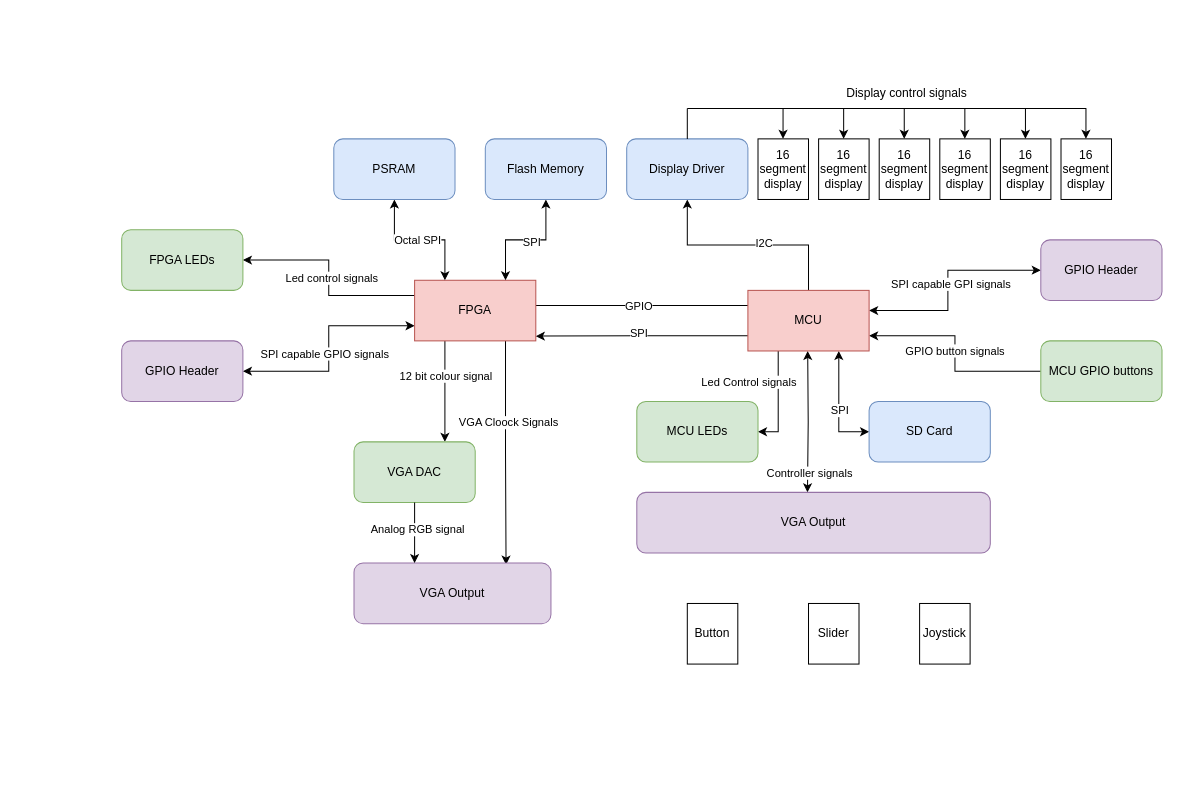
Before: PCB/DetailedPCBDiagram.drawio in MH-Flight-Simulator-X/System-Figures-And-Microarchitecture, a draw.io diagram. Source tidied: cells renumbered, new cells numbered last; positions are measured from the earlier drawing's top-left corner, leaving out a move shared by most shapes. Both pictures are drawn from the tidied source at 101%, with x=0, y=0 at pixel (121, 78).
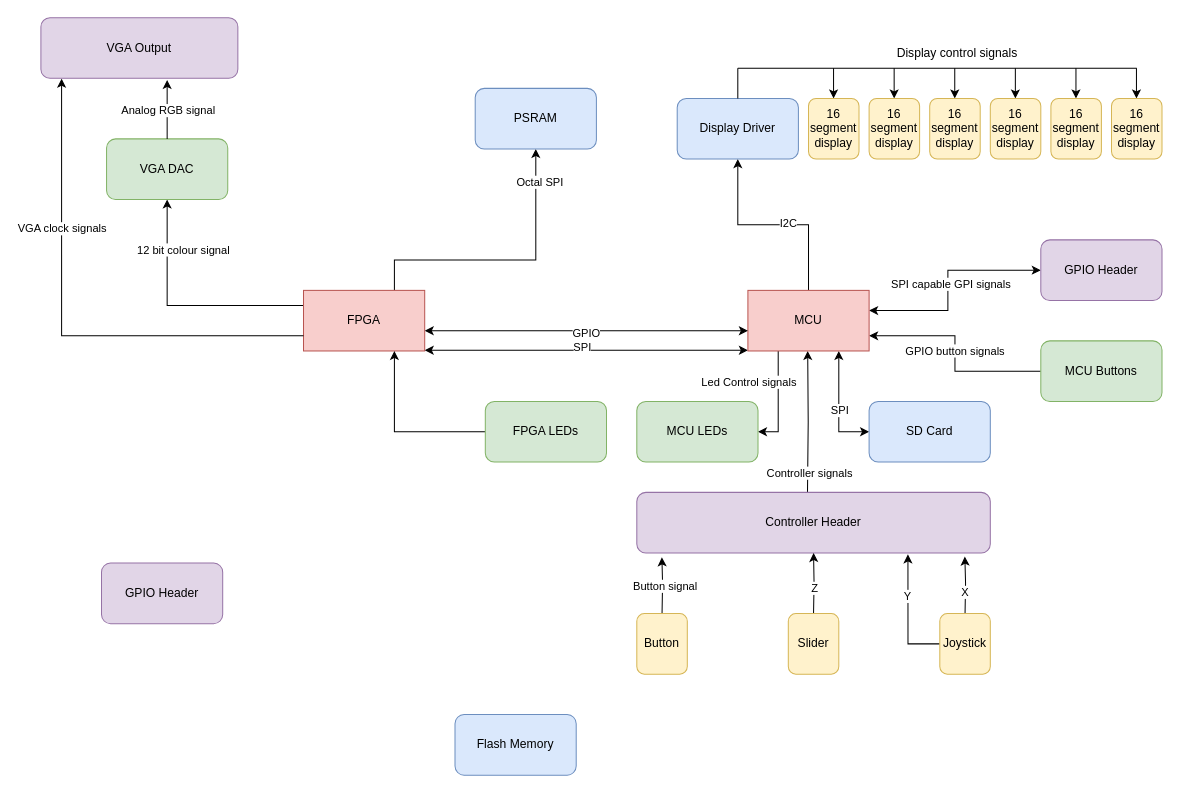
The same page after the edit.

Unchanged cells that the change refers to:
```xml
<mxCell id="18" value="MCU" style="rounded=0;whiteSpace=wrap;html=1;fillColor=#f8cecc;strokeColor=#b85450;" parent="1" vertex="1">
  <mxGeometry x="620" y="210" width="120" height="60" as="geometry" />
</mxCell>
```

What changed in the source:
```diff
@@
-    <mxCell id="2" style="edgeStyle=orthogonalEdgeStyle;rounded=0;jettySize=auto;html=1;exitX=0;exitY=0.75;exitDx=0;exitDy=0;endArrow=classic;endFill=1;startArrow=none;startFill=0;" parent="1" edge="1" source="18">
+    <mxCell id="2" style="edgeStyle=orthogonalEdgeStyle;rounded=0;orthogonalLoop=1;jettySize=auto;html=1;exitX=0;exitY=0.75;exitDx=0;exitDy=0;endArrow=classic;endFill=1;startArrow=classic;startFill=1;entryX=1;entryY=0.75;entryDx=0;entryDy=0;" parent="1" edge="1">
       <mxGeometry relative="1" as="geometry">
-        <mxPoint x="410" y="255.3" as="targetPoint" />
+        <mxPoint x="620" y="269.3" as="sourcePoint" />
+        <mxPoint x="300" y="269.3" as="targetPoint" />
       </mxGeometry>
     </mxCell>
@@
-    <mxCell id="4" style="edgeStyle=orthogonalEdgeStyle;rounded=0;jettySize=auto;html=1;exitX=0;exitY=0.25;exitDx=0;exitDy=0;endArrow=none;endFill=0;" parent="1" edge="1" source="18">
-      <mxGeometry relative="1" as="geometry">
-        <mxPoint x="410" y="224.9" as="targetPoint" />
-      </mxGeometry>
-    </mxCell>
-    <mxCell id="5" value="GPIO" style="edgeLabel;html=1;align=center;verticalAlign=middle;rotation=0;" parent="4" vertex="1">
-      <mxGeometry x="0.05" relative="1" as="geometry">
-        <mxPoint x="1" as="offset" />
-      </mxGeometry>
-    </mxCell>
@@
-    <mxCell id="16" style="edgeStyle=orthogonalEdgeStyle;rounded=0;orthogonalLoop=1;jettySize=auto;html=1;startArrow=classic;startFill=1;" parent="1" edge="1">
+    <mxCell id="16" style="edgeStyle=orthogonalEdgeStyle;rounded=0;orthogonalLoop=1;jettySize=auto;html=1;startArrow=classic;startFill=1;endArrow=none;endFill=0;" parent="1" edge="1">
       <mxGeometry relative="1" as="geometry">
         <mxPoint x="679.2" y="270" as="sourcePoint" />
         <mxPoint x="679" y="410" as="targetPoint" />
       </mxGeometry>
     </mxCell>
@@
     <mxCell id="20" value="&lt;div&gt;Display Driver&lt;br&gt;&lt;/div&gt;" style="rounded=1;whiteSpace=wrap;html=1;fillColor=#dae8fc;strokeColor=#6c8ebf;" parent="1" vertex="1">
-      <mxGeometry x="500" y="60" width="120" height="60" as="geometry" />
+      <mxGeometry x="550" y="20" width="120" height="60" as="geometry" />
     </mxCell>
+    <mxCell id="64" style="edgeStyle=orthogonalEdgeStyle;rounded=0;orthogonalLoop=1;jettySize=auto;html=1;exitX=1;exitY=0.25;exitDx=0;exitDy=0;entryX=0;entryY=0.25;entryDx=0;entryDy=0;startArrow=classic;startFill=1;" parent="1" edge="1">
+      <mxGeometry relative="1" as="geometry">
+        <mxPoint x="300" y="250" as="sourcePoint" />
+        <mxPoint x="620" y="250" as="targetPoint" />
+      </mxGeometry>
+    </mxCell>
+    <mxCell id="5" value="GPIO" style="edgeLabel;html=1;align=center;verticalAlign=middle;" parent="64" vertex="1">
+      <mxGeometry x="-0.1" y="-2" relative="1" as="geometry">
+        <mxPoint x="15" as="offset" />
+      </mxGeometry>
+    </mxCell>
+    <mxCell id="65" style="edgeStyle=orthogonalEdgeStyle;rounded=0;jettySize=auto;html=1;exitX=0.75;exitY=0;exitDx=0;exitDy=0;entryX=0.5;entryY=1;entryDx=0;entryDy=0;" parent="1" edge="1" source="29" target="32">
+      <mxGeometry relative="1" as="geometry">
+        <Array as="points">
+          <mxPoint x="270" y="180" />
+          <mxPoint x="410" y="180" />
+        </Array>
+      </mxGeometry>
+    </mxCell>
+    <mxCell id="31" value="Octal SPI" style="edgeLabel;html=1;align=center;verticalAlign=middle;" parent="65" vertex="1">
+      <mxGeometry x="0.77" y="-3" relative="1" as="geometry" />
+    </mxCell>
-    <mxCell id="21" style="edgeStyle=orthogonalEdgeStyle;rounded=0;jettySize=auto;html=1;exitX=0.25;exitY=1;exitDx=0;exitDy=0;entryX=0.75;entryY=0;entryDx=0;entryDy=0;" parent="1" edge="1" source="29" target="36">
+    <mxCell id="21" style="edgeStyle=orthogonalEdgeStyle;rounded=0;jettySize=auto;html=1;exitX=0;exitY=0.25;exitDx=0;exitDy=0;entryX=0.5;entryY=1;entryDx=0;entryDy=0;" parent="1" edge="1" source="29" target="36">
       <mxGeometry relative="1" as="geometry" />
     </mxCell>
-    <mxCell id="22" value="12 bit colour signal" style="edgeLabel;html=1;align=center;verticalAlign=middle;" parent="21" vertex="1">
-      <mxGeometry x="-0.33" relative="1" as="geometry" />
-    </mxCell>
-    <mxCell id="23" style="edgeStyle=orthogonalEdgeStyle;rounded=0;jettySize=auto;html=1;exitX=0.75;exitY=1;exitDx=0;exitDy=0;entryX=0.772;entryY=0.026;entryDx=0;entryDy=0;entryPerimeter=0;" parent="1" edge="1" source="29" target="37">
-      <mxGeometry relative="1" as="geometry" />
-    </mxCell>
-    <mxCell id="24" value="&lt;div&gt;VGA Cloock Signals&lt;/div&gt;" style="edgeLabel;html=1;align=center;verticalAlign=middle;" parent="23" vertex="1">
-      <mxGeometry x="-0.27" y="2" relative="1" as="geometry">
-        <mxPoint y="-1" as="offset" />
-      </mxGeometry>
-    </mxCell>
-    <mxCell id="25" style="edgeStyle=orthogonalEdgeStyle;rounded=0;jettySize=auto;html=1;exitX=0;exitY=0.75;exitDx=0;exitDy=0;entryX=1;entryY=0.5;entryDx=0;entryDy=0;startArrow=classic;startFill=1;" parent="1" edge="1" source="29" target="41">
-      <mxGeometry relative="1" as="geometry" />
-    </mxCell>
-    <mxCell id="26" value="SPI capable GPIO signals" style="edgeLabel;html=1;align=center;verticalAlign=middle;" parent="25" vertex="1">
-      <mxGeometry x="0.04" y="1" relative="1" as="geometry">
-        <mxPoint x="-6" as="offset" />
-      </mxGeometry>
-    </mxCell>
-    <mxCell id="27" style="edgeStyle=orthogonalEdgeStyle;rounded=0;jettySize=auto;html=1;exitX=0;exitY=0.25;exitDx=0;exitDy=0;entryX=1;entryY=0.5;entryDx=0;entryDy=0;" parent="1" edge="1" source="29" target="40">
-      <mxGeometry relative="1" as="geometry" />
-    </mxCell>
-    <mxCell id="28" value="Led control signals" style="edgeLabel;html=1;align=center;verticalAlign=middle;" parent="27" vertex="1">
-      <mxGeometry y="-2" relative="1" as="geometry" />
-    </mxCell>
     <mxCell id="29" value="FPGA" style="rounded=0;whiteSpace=wrap;html=1;fillColor=#f8cecc;strokeColor=#b85450;" parent="1" vertex="1">
-      <mxGeometry x="290" y="200" width="120" height="60" as="geometry" />
+      <mxGeometry x="180" y="210" width="120" height="60" as="geometry" />
     </mxCell>
-    <mxCell id="30" style="edgeStyle=orthogonalEdgeStyle;rounded=0;jettySize=auto;html=1;entryX=0.25;entryY=0;entryDx=0;entryDy=0;endArrow=classic;endFill=1;startArrow=classic;startFill=1;" parent="1" edge="1" source="32" target="29">
-      <mxGeometry relative="1" as="geometry" />
-    </mxCell>
-    <mxCell id="31" value="Octal SPI" style="edgeLabel;html=1;align=center;verticalAlign=middle;" parent="30" vertex="1">
-      <mxGeometry x="0.37" y="-1" relative="1" as="geometry">
-        <mxPoint x="-27" y="-1" as="offset" />
-      </mxGeometry>
-    </mxCell>
-    <mxCell id="32" value="PSRAM" style="rounded=1;whiteSpace=wrap;html=1;fillColor=#dae8fc;strokeColor=#6c8ebf;" parent="1" vertex="1">
-      <mxGeometry x="210" y="60" width="120" height="60" as="geometry" />
-    </mxCell>
-    <mxCell id="33" style="edgeStyle=orthogonalEdgeStyle;rounded=0;jettySize=auto;html=1;entryX=0.75;entryY=0;entryDx=0;entryDy=0;endArrow=classic;endFill=1;startArrow=classic;startFill=1;" parent="1" edge="1" source="35" target="29">
-      <mxGeometry relative="1" as="geometry" />
-    </mxCell>
-    <mxCell id="34" value="SPI" style="edgeLabel;html=1;align=center;verticalAlign=middle;" parent="33" vertex="1">
-      <mxGeometry x="-0.08" y="3" relative="1" as="geometry">
-        <mxPoint y="-1" as="offset" />
-      </mxGeometry>
-    </mxCell>
-    <mxCell id="35" value="Flash Memory" style="rounded=1;whiteSpace=wrap;html=1;fillColor=#dae8fc;strokeColor=#6c8ebf;" parent="1" vertex="1">
-      <mxGeometry x="360" y="60" width="120" height="60" as="geometry" />
-    </mxCell>
-    <mxCell id="36" value="VGA DAC" style="rounded=1;whiteSpace=wrap;html=1;fillColor=#d5e8d4;strokeColor=#82b366;" parent="1" vertex="1">
-      <mxGeometry x="230" y="360" width="120" height="60" as="geometry" />
-    </mxCell>
-    <mxCell id="37" value="VGA Output" style="rounded=1;whiteSpace=wrap;html=1;fillColor=#e1d5e7;strokeColor=#9673a6;" parent="1" vertex="1">
-      <mxGeometry x="230" y="480" width="195" height="60" as="geometry" />
-    </mxCell>
-    <mxCell id="38" style="edgeStyle=orthogonalEdgeStyle;rounded=0;jettySize=auto;html=1;exitX=0.5;exitY=1;exitDx=0;exitDy=0;" parent="1" edge="1" source="36">
-      <mxGeometry relative="1" as="geometry">
-        <mxPoint x="290" y="480" as="targetPoint" />
-      </mxGeometry>
-    </mxCell>
-    <mxCell id="39" value="Analog RGB signal" style="edgeLabel;html=1;align=center;verticalAlign=middle;" parent="38" vertex="1">
-      <mxGeometry x="-0.07" y="2" relative="1" as="geometry">
-        <mxPoint y="-2" as="offset" />
-      </mxGeometry>
-    </mxCell>
+    <mxCell id="66" style="edgeStyle=orthogonalEdgeStyle;rounded=0;jettySize=auto;html=1;entryX=0.75;entryY=1;entryDx=0;entryDy=0;" parent="1" edge="1" source="40" target="29">
+      <mxGeometry relative="1" as="geometry" />
+    </mxCell>
     <mxCell id="40" value="FPGA LEDs" style="rounded=1;whiteSpace=wrap;html=1;fillColor=#d5e8d4;strokeColor=#82b366;" parent="1" vertex="1">
-      <mxGeometry y="150" width="120" height="60" as="geometry" />
+      <mxGeometry x="360" y="320" width="120" height="60" as="geometry" />
     </mxCell>
-    <mxCell id="41" value="GPIO Header" style="rounded=1;whiteSpace=wrap;html=1;fillColor=#e1d5e7;strokeColor=#9673a6;" parent="1" vertex="1">
-      <mxGeometry y="260" width="120" height="60" as="geometry" />
-    </mxCell>
-    <mxCell id="42" value="16 segment display" style="rounded=0;whiteSpace=wrap;html=1;" parent="1" vertex="1">
-      <mxGeometry x="630" y="60" width="50" height="60" as="geometry" />
-    </mxCell>
-    <mxCell id="43" value="16 segment display" style="rounded=0;whiteSpace=wrap;html=1;" parent="1" vertex="1">
-      <mxGeometry x="690" y="60" width="50" height="60" as="geometry" />
-    </mxCell>
-    <mxCell id="44" value="16 segment display" style="rounded=0;whiteSpace=wrap;html=1;" parent="1" vertex="1">
-      <mxGeometry x="750" y="60" width="50" height="60" as="geometry" />
-    </mxCell>
-    <mxCell id="45" value="16 segment display" style="rounded=0;whiteSpace=wrap;html=1;" parent="1" vertex="1">
-      <mxGeometry x="810" y="60" width="50" height="60" as="geometry" />
-    </mxCell>
-    <mxCell id="46" value="16 segment display" style="rounded=0;whiteSpace=wrap;html=1;" parent="1" vertex="1">
-      <mxGeometry x="870" y="60" width="50" height="60" as="geometry" />
-    </mxCell>
-    <mxCell id="47" value="16 segment display" style="rounded=0;whiteSpace=wrap;html=1;" parent="1" vertex="1">
-      <mxGeometry x="930" y="60" width="50" height="60" as="geometry" />
-    </mxCell>
     <mxCell id="48" style="endArrow=none;html=1;rounded=0;targetPerimeterSpacing=63;endSize=17;" parent="1" edge="1">
       <mxGeometry relative="1" as="geometry">
-        <mxPoint x="560" y="30" as="sourcePoint" />
-        <mxPoint x="955" y="30" as="targetPoint" />
+        <mxPoint x="610" y="-10" as="sourcePoint" />
+        <mxPoint x="1005" y="-10" as="targetPoint" />
       </mxGeometry>
     </mxCell>
     <mxCell id="49" style="endArrow=none;html=1;rounded=0;" parent="1" edge="1">
       <mxGeometry relative="1" as="geometry">
-        <mxPoint x="560" y="60" as="sourcePoint" />
-        <mxPoint x="560" y="30" as="targetPoint" />
+        <mxPoint x="610" y="20" as="sourcePoint" />
+        <mxPoint x="610" y="-10" as="targetPoint" />
       </mxGeometry>
     </mxCell>
     <mxCell id="50" style="endArrow=classic;html=1;rounded=0;" parent="1" edge="1">
       <mxGeometry relative="1" as="geometry">
-        <mxPoint x="954.7" y="30" as="sourcePoint" />
-        <mxPoint x="954.7" y="60" as="targetPoint" />
+        <mxPoint x="1004.7" y="-10" as="sourcePoint" />
+        <mxPoint x="1004.7" y="20" as="targetPoint" />
       </mxGeometry>
     </mxCell>
     <mxCell id="51" style="endArrow=classic;html=1;rounded=0;" parent="1" edge="1">
       <mxGeometry relative="1" as="geometry">
-        <mxPoint x="894.8" y="30" as="sourcePoint" />
-        <mxPoint x="894.8" y="60" as="targetPoint" />
+        <mxPoint x="944.8" y="-10" as="sourcePoint" />
+        <mxPoint x="944.8" y="20" as="targetPoint" />
       </mxGeometry>
     </mxCell>
     <mxCell id="52" style="endArrow=classic;html=1;rounded=0;" parent="1" edge="1">
       <mxGeometry relative="1" as="geometry">
-        <mxPoint x="834.8" y="30" as="sourcePoint" />
-        <mxPoint x="834.8" y="60" as="targetPoint" />
+        <mxPoint x="884.8" y="-10" as="sourcePoint" />
+        <mxPoint x="884.8" y="20" as="targetPoint" />
       </mxGeometry>
     </mxCell>
     <mxCell id="53" style="endArrow=classic;html=1;rounded=0;" parent="1" edge="1">
       <mxGeometry relative="1" as="geometry">
-        <mxPoint x="774.8" y="30" as="sourcePoint" />
-        <mxPoint x="774.8" y="60" as="targetPoint" />
+        <mxPoint x="824.8" y="-10" as="sourcePoint" />
+        <mxPoint x="824.8" y="20" as="targetPoint" />
       </mxGeometry>
     </mxCell>
     <mxCell id="54" style="endArrow=classic;html=1;rounded=0;" parent="1" edge="1">
       <mxGeometry relative="1" as="geometry">
-        <mxPoint x="714.8" y="30" as="sourcePoint" />
-        <mxPoint x="714.8" y="60" as="targetPoint" />
+        <mxPoint x="764.8" y="-10" as="sourcePoint" />
+        <mxPoint x="764.8" y="20" as="targetPoint" />
       </mxGeometry>
     </mxCell>
     <mxCell id="55" style="endArrow=classic;html=1;rounded=0;" parent="1" edge="1">
       <mxGeometry relative="1" as="geometry">
-        <mxPoint x="654.8" y="30" as="sourcePoint" />
-        <mxPoint x="654.8" y="60" as="targetPoint" />
+        <mxPoint x="704.8" y="-10" as="sourcePoint" />
+        <mxPoint x="704.8" y="20" as="targetPoint" />
       </mxGeometry>
     </mxCell>
     <mxCell id="56" value="Display control signals" style="text;html=1;align=center;verticalAlign=middle;whiteSpace=wrap;rounded=0;" parent="1" vertex="1">
-      <mxGeometry x="695" width="165" height="30" as="geometry" />
+      <mxGeometry x="745" y="-40" width="165" height="30" as="geometry" />
     </mxCell>
@@
-    <mxCell id="59" value="MCU GPIO buttons" style="rounded=1;whiteSpace=wrap;html=1;fillColor=#d5e8d4;strokeColor=#82b366;" parent="1" vertex="1">
+    <mxCell id="59" value="MCU Buttons" style="rounded=1;whiteSpace=wrap;html=1;fillColor=#d5e8d4;strokeColor=#82b366;" parent="1" vertex="1">
       <mxGeometry x="910" y="260" width="120" height="60" as="geometry" />
     </mxCell>
-    <mxCell id="60" value="VGA Output" style="rounded=1;whiteSpace=wrap;html=1;fillColor=#e1d5e7;strokeColor=#9673a6;" parent="1" vertex="1">
+    <mxCell id="60" value="Controller Header" style="rounded=1;whiteSpace=wrap;html=1;fillColor=#e1d5e7;strokeColor=#9673a6;" parent="1" vertex="1">
       <mxGeometry x="510" y="410" width="350" height="60" as="geometry" />
     </mxCell>
+    <mxCell id="67" style="edgeStyle=orthogonalEdgeStyle;rounded=0;jettySize=auto;html=1;entryX=0.767;entryY=1.023;entryDx=0;entryDy=0;entryPerimeter=0;" parent="1" edge="1" target="60">
+      <mxGeometry relative="1" as="geometry">
+        <mxPoint x="810" y="560" as="sourcePoint" />
+        <Array as="points">
+          <mxPoint x="778" y="560" />
+        </Array>
+      </mxGeometry>
+    </mxCell>
+    <mxCell id="68" value="&lt;div&gt;Y&lt;/div&gt;" style="edgeLabel;html=1;align=center;verticalAlign=middle;" parent="67" vertex="1">
+      <mxGeometry x="0.32" y="1" relative="1" as="geometry" />
+    </mxCell>
+    <mxCell id="69" style="edgeStyle=orthogonalEdgeStyle;rounded=0;jettySize=auto;html=1;entryX=0.5;entryY=1;entryDx=0;entryDy=0;" parent="1" edge="1" target="60">
+      <mxGeometry relative="1" as="geometry">
+        <mxPoint x="685" y="530" as="sourcePoint" />
+      </mxGeometry>
+    </mxCell>
+    <mxCell id="70" value="Z" style="edgeLabel;html=1;align=center;verticalAlign=middle;" parent="69" vertex="1">
+      <mxGeometry x="-0.13" y="-2" relative="1" as="geometry">
+        <mxPoint x="-2" as="offset" />
+      </mxGeometry>
+    </mxCell>
+    <mxCell id="71" style="edgeStyle=orthogonalEdgeStyle;rounded=0;jettySize=auto;html=1;entryX=0.928;entryY=1.06;entryDx=0;entryDy=0;entryPerimeter=0;" parent="1" edge="1" target="60">
+      <mxGeometry relative="1" as="geometry">
+        <mxPoint x="835" y="530" as="sourcePoint" />
+      </mxGeometry>
+    </mxCell>
+    <mxCell id="72" value="X" style="edgeLabel;html=1;align=center;verticalAlign=middle;" parent="71" vertex="1">
+      <mxGeometry x="0.25" y="-1" relative="1" as="geometry">
+        <mxPoint x="-1" y="14" as="offset" />
+      </mxGeometry>
+    </mxCell>
+    <mxCell id="73" style="edgeStyle=orthogonalEdgeStyle;rounded=0;jettySize=auto;html=1;entryX=0.071;entryY=1.072;entryDx=0;entryDy=0;entryPerimeter=0;" parent="1" edge="1" target="60">
+      <mxGeometry relative="1" as="geometry">
+        <mxPoint x="535" y="530" as="sourcePoint" />
+      </mxGeometry>
+    </mxCell>
+    <mxCell id="74" value="Button signal" style="edgeLabel;html=1;align=center;verticalAlign=middle;" parent="73" vertex="1">
+      <mxGeometry x="-0.09" y="-2" relative="1" as="geometry">
+        <mxPoint y="-2" as="offset" />
+      </mxGeometry>
+    </mxCell>
+    <mxCell id="63" value="&lt;div&gt;Button&lt;/div&gt;" style="rounded=1;whiteSpace=wrap;html=1;fillColor=#fff2cc;strokeColor=#d6b656;" parent="1" vertex="1">
+      <mxGeometry x="510" y="530" width="50" height="60" as="geometry" />
+    </mxCell>
+    <mxCell id="62" value="Slider" style="rounded=1;whiteSpace=wrap;html=1;fillColor=#fff2cc;strokeColor=#d6b656;" parent="1" vertex="1">
+      <mxGeometry x="660" y="530" width="50" height="60" as="geometry" />
+    </mxCell>
-    <mxCell id="61" value="Joystick" style="rounded=0;whiteSpace=wrap;html=1;" parent="1" vertex="1">
-      <mxGeometry x="790" y="520" width="50" height="60" as="geometry" />
+    <mxCell id="61" value="&lt;div&gt;Joystick&lt;/div&gt;" style="rounded=1;whiteSpace=wrap;html=1;fillColor=#fff2cc;strokeColor=#d6b656;" parent="1" vertex="1">
+      <mxGeometry x="810" y="530" width="50" height="60" as="geometry" />
     </mxCell>
-    <mxCell id="62" value="Slider" style="rounded=0;whiteSpace=wrap;html=1;" parent="1" vertex="1">
-      <mxGeometry x="680" y="520" width="50" height="60" as="geometry" />
-    </mxCell>
-    <mxCell id="63" value="Button" style="rounded=0;whiteSpace=wrap;html=1;" parent="1" vertex="1">
-      <mxGeometry x="560" y="520" width="50" height="60" as="geometry" />
-    </mxCell>
+    <mxCell id="75" value="&lt;div&gt;16 segment display&lt;/div&gt;" style="rounded=1;whiteSpace=wrap;html=1;fillColor=#fff2cc;strokeColor=#d6b656;" parent="1" vertex="1">
+      <mxGeometry x="680" y="20" width="50" height="60" as="geometry" />
+    </mxCell>
+    <mxCell id="76" value="&lt;div&gt;16 segment display&lt;/div&gt;" style="rounded=1;whiteSpace=wrap;html=1;fillColor=#fff2cc;strokeColor=#d6b656;" parent="1" vertex="1">
+      <mxGeometry x="740" y="20" width="50" height="60" as="geometry" />
+    </mxCell>
+    <mxCell id="77" value="&lt;div&gt;16 segment display&lt;/div&gt;" style="rounded=1;whiteSpace=wrap;html=1;fillColor=#fff2cc;strokeColor=#d6b656;" parent="1" vertex="1">
+      <mxGeometry x="800" y="20" width="50" height="60" as="geometry" />
+    </mxCell>
+    <mxCell id="78" value="&lt;div&gt;16 segment display&lt;/div&gt;" style="rounded=1;whiteSpace=wrap;html=1;fillColor=#fff2cc;strokeColor=#d6b656;" parent="1" vertex="1">
+      <mxGeometry x="860" y="20" width="50" height="60" as="geometry" />
+    </mxCell>
+    <mxCell id="79" value="&lt;div&gt;16 segment display&lt;/div&gt;" style="rounded=1;whiteSpace=wrap;html=1;fillColor=#fff2cc;strokeColor=#d6b656;" parent="1" vertex="1">
+      <mxGeometry x="920" y="20" width="50" height="60" as="geometry" />
+    </mxCell>
+    <mxCell id="80" value="&lt;div&gt;16 segment display&lt;/div&gt;" style="rounded=1;whiteSpace=wrap;html=1;fillColor=#fff2cc;strokeColor=#d6b656;" parent="1" vertex="1">
+      <mxGeometry x="980" y="20" width="50" height="60" as="geometry" />
+    </mxCell>
+    <mxCell id="35" value="Flash Memory" style="rounded=1;whiteSpace=wrap;html=1;fillColor=#dae8fc;strokeColor=#6c8ebf;" parent="1" vertex="1">
+      <mxGeometry x="330" y="630" width="120" height="60" as="geometry" />
+    </mxCell>
+    <mxCell id="41" value="GPIO Header" style="rounded=1;whiteSpace=wrap;html=1;fillColor=#e1d5e7;strokeColor=#9673a6;" parent="1" vertex="1">
+      <mxGeometry x="-20" y="480" width="120" height="60" as="geometry" />
+    </mxCell>
+    <mxCell id="32" value="PSRAM" style="rounded=1;whiteSpace=wrap;html=1;fillColor=#dae8fc;strokeColor=#6c8ebf;" parent="1" vertex="1">
+      <mxGeometry x="350" y="10" width="120" height="60" as="geometry" />
+    </mxCell>
+    <mxCell id="22" value="12 bit colour signal" style="edgeLabel;html=1;align=center;verticalAlign=middle;rotation=0;" parent="1" vertex="1">
+      <mxGeometry x="60" y="169.5" as="geometry" />
+    </mxCell>
+    <mxCell id="36" value="VGA DAC" style="rounded=1;whiteSpace=wrap;html=1;fillColor=#d5e8d4;strokeColor=#82b366;rotation=0;" parent="1" vertex="1">
+      <mxGeometry x="-15" y="60" width="120" height="60" as="geometry" />
+    </mxCell>
+    <mxCell id="37" value="VGA Output" style="rounded=1;whiteSpace=wrap;html=1;fillColor=#e1d5e7;strokeColor=#9673a6;rotation=0;" parent="1" vertex="1">
+      <mxGeometry x="-80" y="-60" width="195" height="60" as="geometry" />
+    </mxCell>
+    <mxCell id="81" style="edgeStyle=orthogonalEdgeStyle;rounded=0;jettySize=auto;html=1;exitX=0.5;exitY=0;exitDx=0;exitDy=0;entryX=0.641;entryY=1.028;entryDx=0;entryDy=0;entryPerimeter=0;" parent="1" edge="1" source="36" target="37">
+      <mxGeometry relative="1" as="geometry" />
+    </mxCell>
+    <mxCell id="39" value="Analog RGB signal" style="edgeLabel;html=1;align=center;verticalAlign=middle;rotation=0;" parent="81" vertex="1">
+      <mxGeometry x="-0.07" y="2" relative="1" as="geometry">
+        <mxPoint x="2" y="-2" as="offset" />
+      </mxGeometry>
+    </mxCell>
+    <mxCell id="23" style="edgeStyle=orthogonalEdgeStyle;rounded=0;jettySize=auto;html=1;exitX=0;exitY=0.75;exitDx=0;exitDy=0;entryX=0.105;entryY=1.007;entryDx=0;entryDy=0;entryPerimeter=0;" parent="1" edge="1" source="29" target="37">
+      <mxGeometry relative="1" as="geometry" />
+    </mxCell>
+    <mxCell id="82" value="VGA clock signals" style="edgeLabel;html=1;align=center;verticalAlign=middle;" parent="23" vertex="1">
+      <mxGeometry x="0.4" relative="1" as="geometry" />
+    </mxCell>
```
